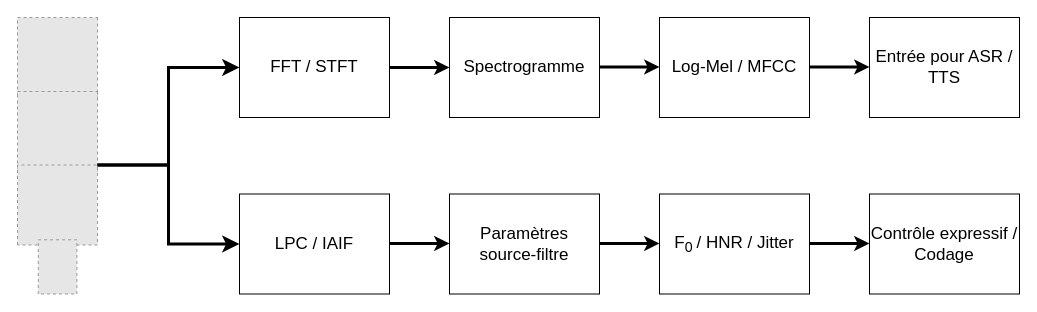
Above: page "Page-2" (2 of 6) of Diagramme sans nom.drawio in jacquelm/AcademiCodec (draw.io), before the change. Source tidied: cells renumbered, new cells numbered last; positions are measured from the earlier drawing's top-left corner, leaving out a move shared by most shapes. Both pictures are drawn from the tidied source at 100%, with x=0, y=0 at pixel (17, 17). Pictures stored in the file or linked from it are replaced by grey dashed boxes.
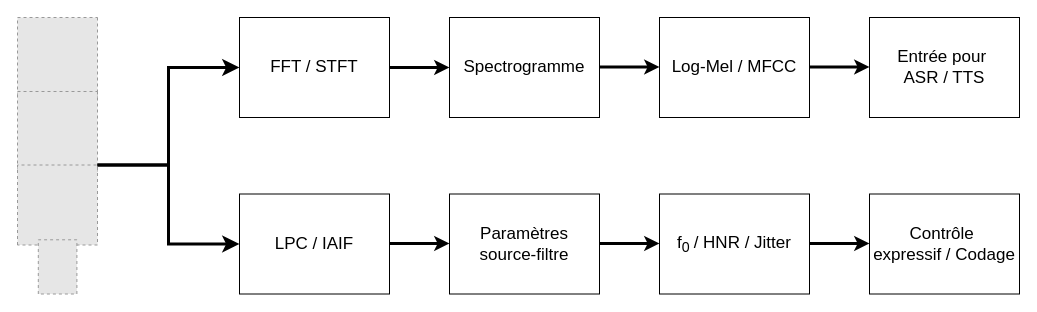
After the change.

Commit message:
Mettre à jour Diagramme sans nom.drawio

Change to the diagram source:
```diff
@@
-    <mxCell id="11" value="Entrée pour ASR / TTS" style="rounded=0;whiteSpace=wrap;html=1;fontSize=17;" parent="1" vertex="1">
+    <mxCell id="11" value="&lt;div&gt;Entrée pour&amp;nbsp;&lt;/div&gt;&lt;div&gt;ASR / TTS&lt;/div&gt;" style="rounded=0;whiteSpace=wrap;html=1;fontSize=17;" parent="1" vertex="1">
       <mxGeometry x="852" width="150" height="100" as="geometry" />
     </mxCell>
@@
-    <mxCell id="14" value="F&lt;sub&gt;0 &lt;/sub&gt;/ HNR / Jitter" style="rounded=0;whiteSpace=wrap;html=1;fontSize=17;" parent="1" vertex="1">
+    <mxCell id="14" value="f&lt;sub&gt;0 &lt;/sub&gt;/ HNR / Jitter" style="rounded=0;whiteSpace=wrap;html=1;fontSize=17;" parent="1" vertex="1">
       <mxGeometry x="642" y="176.5" width="150" height="100" as="geometry" />
     </mxCell>
-    <mxCell id="15" value="Contrôle expressif / Codage" style="rounded=0;whiteSpace=wrap;html=1;fontSize=17;" parent="1" vertex="1">
+    <mxCell id="15" value="&lt;div&gt;Contrôle&amp;nbsp;&lt;/div&gt;&lt;div&gt;expressif / Codage&lt;/div&gt;" style="rounded=0;whiteSpace=wrap;html=1;fontSize=17;" parent="1" vertex="1">
       <mxGeometry x="852" y="176.5" width="150" height="100" as="geometry" />
     </mxCell>
```
